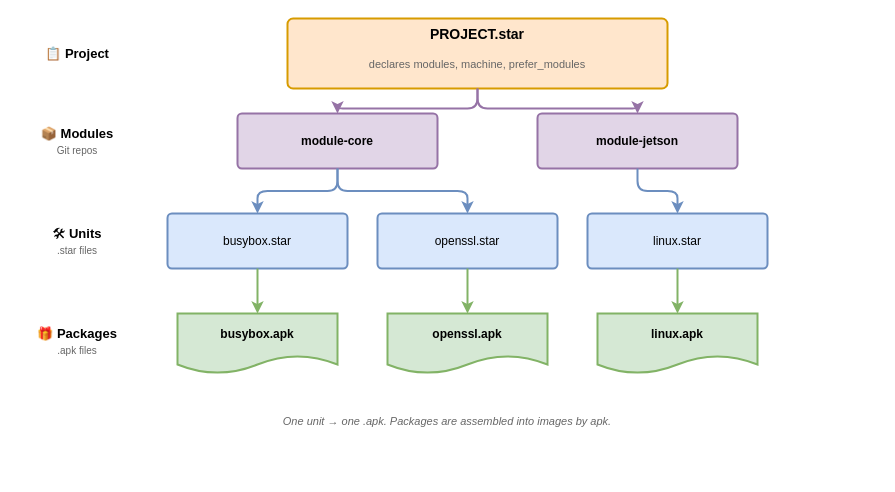
yoebuild/yoe keeps this draw.io diagram as docs/assets/project-module-unit-package.drawio. Above is the earlier version. Source tidied: cells renumbered, new cells numbered last; positions are measured from the earlier drawing's top-left corner, leaving out a move shared by most shapes. Both pictures are drawn from the tidied source at 100%, with x=0, y=0 at pixel (17, 18).
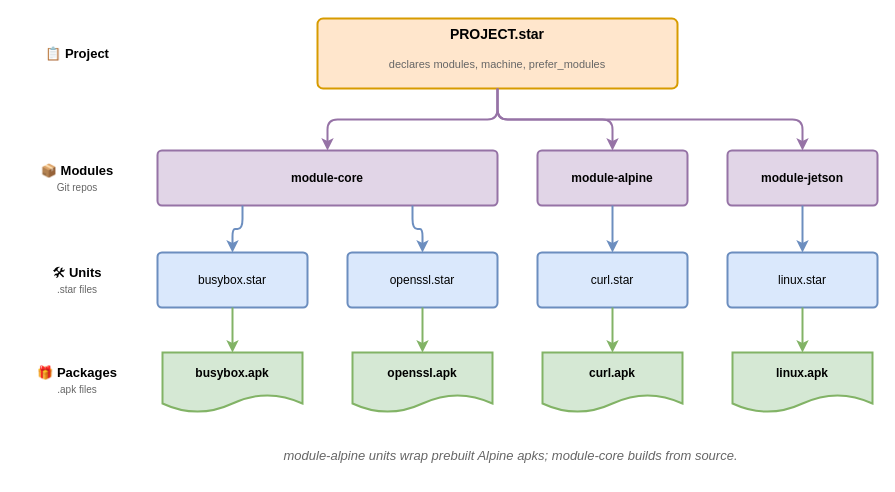
Above is the later version.

Change to the diagram source:
```diff
@@
     <mxCell id="3" value="📦 &lt;b&gt;Modules&lt;/b&gt;&lt;br&gt;&lt;span style='font-size:10px;color:#666;'&gt;Git repos&lt;/span&gt;" style="text;html=1;strokeColor=none;fillColor=none;align=center;verticalAlign=middle;whiteSpace=wrap;rounded=0;fontSize=13;" parent="1" vertex="1">
-      <mxGeometry y="95" width="120" height="55" as="geometry" />
+      <mxGeometry y="132" width="120" height="55" as="geometry" />
     </mxCell>
     <mxCell id="4" value="🛠 &lt;b&gt;Units&lt;/b&gt;&lt;br&gt;&lt;span style='font-size:10px;color:#666;'&gt;.star files&lt;/span&gt;" style="text;html=1;strokeColor=none;fillColor=none;align=center;verticalAlign=middle;whiteSpace=wrap;rounded=0;fontSize=13;" parent="1" vertex="1">
-      <mxGeometry y="195" width="120" height="55" as="geometry" />
+      <mxGeometry y="234" width="120" height="55" as="geometry" />
     </mxCell>
     <mxCell id="5" value="🎁 &lt;b&gt;Packages&lt;/b&gt;&lt;br&gt;&lt;span style='font-size:10px;color:#666;'&gt;.apk files&lt;/span&gt;" style="text;html=1;strokeColor=none;fillColor=none;align=center;verticalAlign=middle;whiteSpace=wrap;rounded=0;fontSize=13;" parent="1" vertex="1">
-      <mxGeometry y="295" width="120" height="55" as="geometry" />
+      <mxGeometry y="334" width="120" height="55" as="geometry" />
     </mxCell>
     <mxCell id="6" style="rounded=1;whiteSpace=wrap;html=1;fillColor=#ffe6cc;strokeColor=#d79b00;strokeWidth=2;arcSize=8;" parent="1" vertex="1">
-      <mxGeometry x="270" width="380" height="70" as="geometry" />
+      <mxGeometry x="300" width="360" height="70" as="geometry" />
     </mxCell>
     <mxCell id="7" value="PROJECT.star" style="text;html=1;strokeColor=none;fillColor=none;align=center;verticalAlign=middle;whiteSpace=wrap;rounded=0;fontSize=14;fontStyle=1;" parent="1" vertex="1">
-      <mxGeometry x="280" y="5" width="360" height="22" as="geometry" />
+      <mxGeometry x="310" y="5" width="340" height="22" as="geometry" />
     </mxCell>
     <mxCell id="8" value="declares modules, machine, prefer_modules" style="text;html=1;strokeColor=none;fillColor=none;align=center;verticalAlign=middle;whiteSpace=wrap;rounded=0;fontSize=11;fontColor=#666666;" parent="1" vertex="1">
-      <mxGeometry x="280" y="32" width="360" height="28" as="geometry" />
+      <mxGeometry x="310" y="32" width="340" height="28" as="geometry" />
     </mxCell>
     <mxCell id="9" value="module-core" style="rounded=1;whiteSpace=wrap;html=1;fillColor=#e1d5e7;strokeColor=#9673a6;strokeWidth=2;arcSize=8;fontSize=12;fontStyle=1;" parent="1" vertex="1">
-      <mxGeometry x="220" y="95" width="200" height="55" as="geometry" />
+      <mxGeometry x="140" y="132" width="340" height="55" as="geometry" />
     </mxCell>
+    <mxCell id="26" value="module-alpine" style="rounded=1;whiteSpace=wrap;html=1;fillColor=#e1d5e7;strokeColor=#9673a6;strokeWidth=2;arcSize=8;fontSize=12;fontStyle=1;" parent="1" vertex="1">
+      <mxGeometry x="520" y="132" width="150" height="55" as="geometry" />
+    </mxCell>
     <mxCell id="10" value="module-jetson" style="rounded=1;whiteSpace=wrap;html=1;fillColor=#e1d5e7;strokeColor=#9673a6;strokeWidth=2;arcSize=8;fontSize=12;fontStyle=1;" parent="1" vertex="1">
-      <mxGeometry x="520" y="95" width="200" height="55" as="geometry" />
+      <mxGeometry x="710" y="132" width="150" height="55" as="geometry" />
     </mxCell>
     <mxCell id="11" value="busybox.star" style="rounded=1;whiteSpace=wrap;html=1;fillColor=#dae8fc;strokeColor=#6c8ebf;strokeWidth=2;arcSize=8;fontSize=12;" parent="1" vertex="1">
-      <mxGeometry x="150" y="195" width="180" height="55" as="geometry" />
+      <mxGeometry x="140" y="234" width="150" height="55" as="geometry" />
     </mxCell>
     <mxCell id="12" value="openssl.star" style="rounded=1;whiteSpace=wrap;html=1;fillColor=#dae8fc;strokeColor=#6c8ebf;strokeWidth=2;arcSize=8;fontSize=12;" parent="1" vertex="1">
-      <mxGeometry x="360" y="195" width="180" height="55" as="geometry" />
+      <mxGeometry x="330" y="234" width="150" height="55" as="geometry" />
     </mxCell>
+    <mxCell id="27" value="curl.star" style="rounded=1;whiteSpace=wrap;html=1;fillColor=#dae8fc;strokeColor=#6c8ebf;strokeWidth=2;arcSize=8;fontSize=12;" parent="1" vertex="1">
+      <mxGeometry x="520" y="234" width="150" height="55" as="geometry" />
+    </mxCell>
     <mxCell id="13" value="linux.star" style="rounded=1;whiteSpace=wrap;html=1;fillColor=#dae8fc;strokeColor=#6c8ebf;strokeWidth=2;arcSize=8;fontSize=12;" parent="1" vertex="1">
-      <mxGeometry x="570" y="195" width="180" height="55" as="geometry" />
+      <mxGeometry x="710" y="234" width="150" height="55" as="geometry" />
     </mxCell>
     <mxCell id="14" value="busybox.apk" style="shape=document;whiteSpace=wrap;html=1;boundedLbl=1;fillColor=#d5e8d4;strokeColor=#82b366;strokeWidth=2;fontSize=12;fontStyle=1;" parent="1" vertex="1">
-      <mxGeometry x="160" y="295" width="160" height="60" as="geometry" />
+      <mxGeometry x="145" y="334" width="140" height="60" as="geometry" />
     </mxCell>
     <mxCell id="15" value="openssl.apk" style="shape=document;whiteSpace=wrap;html=1;boundedLbl=1;fillColor=#d5e8d4;strokeColor=#82b366;strokeWidth=2;fontSize=12;fontStyle=1;" parent="1" vertex="1">
-      <mxGeometry x="370" y="295" width="160" height="60" as="geometry" />
+      <mxGeometry x="335" y="334" width="140" height="60" as="geometry" />
     </mxCell>
+    <mxCell id="28" value="curl.apk" style="shape=document;whiteSpace=wrap;html=1;boundedLbl=1;fillColor=#d5e8d4;strokeColor=#82b366;strokeWidth=2;fontSize=12;fontStyle=1;" parent="1" vertex="1">
+      <mxGeometry x="525" y="334" width="140" height="60" as="geometry" />
+    </mxCell>
     <mxCell id="16" value="linux.apk" style="shape=document;whiteSpace=wrap;html=1;boundedLbl=1;fillColor=#d5e8d4;strokeColor=#82b366;strokeWidth=2;fontSize=12;fontStyle=1;" parent="1" vertex="1">
-      <mxGeometry x="580" y="295" width="160" height="60" as="geometry" />
+      <mxGeometry x="715" y="334" width="140" height="60" as="geometry" />
     </mxCell>
-    <mxCell id="17" value="&lt;i&gt;One unit → one .apk. Packages are assembled into images by apk.&lt;/i&gt;" style="text;html=1;strokeColor=none;fillColor=none;align=center;verticalAlign=middle;whiteSpace=wrap;rounded=0;fontSize=11;fontColor=#666666;" parent="1" vertex="1">
-      <mxGeometry x="20" y="390" width="820" height="25" as="geometry" />
+    <mxCell id="17" value="&lt;i&gt;&lt;font style=&quot;font-size: 13px;&quot;&gt;module-alpine units wrap prebuilt Alpine apks; module-core builds from source.&lt;/font&gt;&lt;/i&gt;" style="text;html=1;strokeColor=none;fillColor=none;align=center;verticalAlign=middle;whiteSpace=wrap;rounded=0;fontSize=11;fontColor=#666666;" parent="1" vertex="1">
+      <mxGeometry x="258" y="417" width="471" height="40" as="geometry" />
     </mxCell>
@@
-    <mxCell id="19" style="edgeStyle=orthogonalEdgeStyle;rounded=1;jettySize=auto;html=1;strokeWidth=2;strokeColor=#9673a6;endArrow=classic;exitX=0.5;exitY=1;exitDx=0;exitDy=0;entryX=0.5;entryY=0;entryDx=0;entryDy=0;" parent="1" edge="1" source="6" target="10">
+    <mxCell id="19" style="edgeStyle=orthogonalEdgeStyle;rounded=1;jettySize=auto;html=1;strokeWidth=2;strokeColor=#9673a6;endArrow=classic;exitX=0.5;exitY=1;exitDx=0;exitDy=0;entryX=0.5;entryY=0;entryDx=0;entryDy=0;" parent="1" edge="1" source="6" target="26">
       <mxGeometry relative="1" as="geometry" />
     </mxCell>
+    <mxCell id="29" style="edgeStyle=orthogonalEdgeStyle;rounded=1;jettySize=auto;html=1;strokeWidth=2;strokeColor=#9673a6;endArrow=classic;exitX=0.5;exitY=1;exitDx=0;exitDy=0;entryX=0.5;entryY=0;entryDx=0;entryDy=0;" parent="1" edge="1" source="6" target="10">
+      <mxGeometry relative="1" as="geometry" />
+    </mxCell>
-    <mxCell id="20" style="edgeStyle=orthogonalEdgeStyle;rounded=1;jettySize=auto;html=1;strokeWidth=2;strokeColor=#6c8ebf;endArrow=classic;exitX=0.5;exitY=1;exitDx=0;exitDy=0;entryX=0.5;entryY=0;entryDx=0;entryDy=0;" parent="1" edge="1" source="9" target="11">
+    <mxCell id="20" style="edgeStyle=orthogonalEdgeStyle;rounded=1;jettySize=auto;html=1;strokeWidth=2;strokeColor=#6c8ebf;endArrow=classic;exitX=0.25;exitY=1;exitDx=0;exitDy=0;entryX=0.5;entryY=0;entryDx=0;entryDy=0;" parent="1" edge="1" source="9" target="11">
       <mxGeometry relative="1" as="geometry" />
     </mxCell>
-    <mxCell id="21" style="edgeStyle=orthogonalEdgeStyle;rounded=1;jettySize=auto;html=1;strokeWidth=2;strokeColor=#6c8ebf;endArrow=classic;exitX=0.5;exitY=1;exitDx=0;exitDy=0;entryX=0.5;entryY=0;entryDx=0;entryDy=0;" parent="1" edge="1" source="9" target="12">
+    <mxCell id="21" style="edgeStyle=orthogonalEdgeStyle;rounded=1;jettySize=auto;html=1;strokeWidth=2;strokeColor=#6c8ebf;endArrow=classic;exitX=0.75;exitY=1;exitDx=0;exitDy=0;entryX=0.5;entryY=0;entryDx=0;entryDy=0;" parent="1" edge="1" source="9" target="12">
       <mxGeometry relative="1" as="geometry" />
     </mxCell>
-    <mxCell id="22" style="edgeStyle=orthogonalEdgeStyle;rounded=1;jettySize=auto;html=1;strokeWidth=2;strokeColor=#6c8ebf;endArrow=classic;exitX=0.5;exitY=1;exitDx=0;exitDy=0;entryX=0.5;entryY=0;entryDx=0;entryDy=0;" parent="1" edge="1" source="10" target="13">
+    <mxCell id="22" style="edgeStyle=orthogonalEdgeStyle;rounded=1;jettySize=auto;html=1;strokeWidth=2;strokeColor=#6c8ebf;endArrow=classic;exitX=0.5;exitY=1;exitDx=0;exitDy=0;entryX=0.5;entryY=0;entryDx=0;entryDy=0;" parent="1" edge="1" source="26" target="27">
       <mxGeometry relative="1" as="geometry" />
     </mxCell>
+    <mxCell id="30" style="edgeStyle=orthogonalEdgeStyle;rounded=1;jettySize=auto;html=1;strokeWidth=2;strokeColor=#6c8ebf;endArrow=classic;exitX=0.5;exitY=1;exitDx=0;exitDy=0;entryX=0.5;entryY=0;entryDx=0;entryDy=0;" parent="1" edge="1" source="10" target="13">
+      <mxGeometry relative="1" as="geometry" />
+    </mxCell>
@@
-    <mxCell id="25" style="endArrow=classic;html=1;strokeWidth=2;strokeColor=#82b366;exitX=0.5;exitY=1;exitDx=0;exitDy=0;entryX=0.5;entryY=0;entryDx=0;entryDy=0;" parent="1" edge="1" source="13" target="16">
+    <mxCell id="25" style="endArrow=classic;html=1;strokeWidth=2;strokeColor=#82b366;exitX=0.5;exitY=1;exitDx=0;exitDy=0;entryX=0.5;entryY=0;entryDx=0;entryDy=0;" parent="1" edge="1" source="27" target="28">
       <mxGeometry relative="1" as="geometry" />
     </mxCell>
+    <mxCell id="31" style="endArrow=classic;html=1;strokeWidth=2;strokeColor=#82b366;exitX=0.5;exitY=1;exitDx=0;exitDy=0;entryX=0.5;entryY=0;entryDx=0;entryDy=0;" parent="1" edge="1" source="13" target="16">
+      <mxGeometry relative="1" as="geometry" />
+    </mxCell>
```
